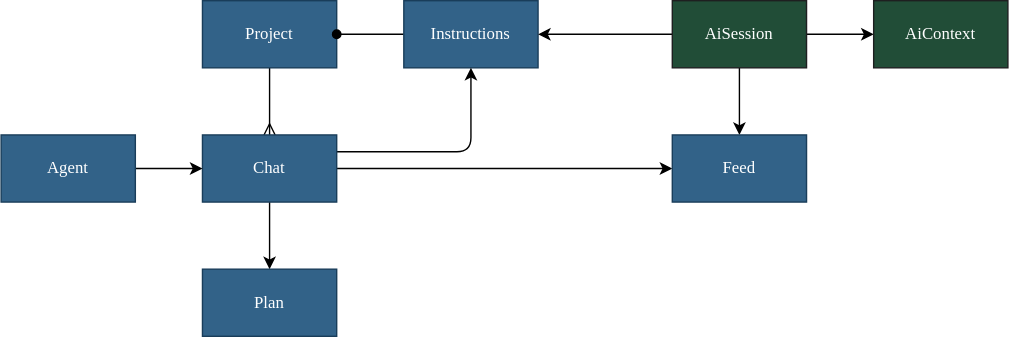
Above: packages/core/compute/assistant/docs/project.drawio.svg in dxos/dxos (draw.io), before the change. Source tidied: cells renumbered, new cells last; positions are measured from the earlier drawing's top-left corner, leaving out a move shared by most shapes. Its diagram source:
```xml
<mxGraphModel>
  <root>
    <mxCell id="0" />
    <mxCell id="1" parent="0" />
    <mxCell id="2" style="edgeStyle=none;html=1;exitX=0.5;exitY=1;exitDx=0;exitDy=0;endArrow=ERmany;endFill=0;fontFamily=Space Grotesk;" parent="1" edge="1" source="3" target="9">
      <mxGeometry relative="1" as="geometry" />
    </mxCell>
    <mxCell id="3" value="Project" style="rounded=0;whiteSpace=wrap;html=1;fillColor=#326288;fontColor=#FFFFFF;strokeColor=#193D5A;fontFamily=Space Grotesk;" parent="1" vertex="1">
      <mxGeometry x="144" width="96" height="48" as="geometry" />
    </mxCell>
    <mxCell id="4" style="edgeStyle=none;html=1;exitX=1;exitY=0.5;exitDx=0;exitDy=0;endArrow=none;endFill=0;startArrow=oval;startFill=1;fontFamily=Space Grotesk;" parent="1" edge="1" source="3" target="5">
      <mxGeometry relative="1" as="geometry" />
    </mxCell>
    <mxCell id="5" value="Instructions" style="rounded=0;whiteSpace=wrap;html=1;fillColor=#326288;fontColor=#FFFFFF;strokeColor=#193D5A;fontFamily=Space Grotesk;" parent="1" vertex="1">
      <mxGeometry x="288" width="96" height="48" as="geometry" />
    </mxCell>
    <mxCell id="6" style="edgeStyle=none;html=1;exitX=1;exitY=0.25;exitDx=0;exitDy=0;endArrow=classic;endFill=1;fontFamily=Space Grotesk;" parent="1" edge="1" source="9" target="5">
      <mxGeometry relative="1" as="geometry">
        <Array as="points">
          <mxPoint x="336" y="108" />
        </Array>
      </mxGeometry>
    </mxCell>
    <mxCell id="7" style="edgeStyle=none;html=1;exitX=0.5;exitY=1;exitDx=0;exitDy=0;startArrow=none;startFill=0;endArrow=classic;endFill=1;fontFamily=Space Grotesk;" parent="1" edge="1" source="9" target="10">
      <mxGeometry relative="1" as="geometry" />
    </mxCell>
    <mxCell id="8" style="edgeStyle=none;html=1;exitX=1;exitY=0.5;exitDx=0;exitDy=0;fontFamily=Space Grotesk;startArrow=none;startFill=0;endArrow=classic;endFill=1;" parent="1" edge="1" source="9" target="18">
      <mxGeometry relative="1" as="geometry" />
    </mxCell>
    <mxCell id="9" value="Chat" style="rounded=0;whiteSpace=wrap;html=1;fillColor=#326288;fontColor=#FFFFFF;strokeColor=#193D5A;fontFamily=Space Grotesk;" parent="1" vertex="1">
      <mxGeometry x="144" y="96" width="96" height="48" as="geometry" />
    </mxCell>
    <mxCell id="10" value="Plan" style="rounded=0;whiteSpace=wrap;html=1;fillColor=#326288;fontColor=#FFFFFF;strokeColor=#193D5A;fontFamily=Space Grotesk;" parent="1" vertex="1">
      <mxGeometry x="144" y="192" width="96" height="48" as="geometry" />
    </mxCell>
    <mxCell id="11" style="edgeStyle=none;html=1;exitX=1;exitY=0.5;exitDx=0;exitDy=0;fontFamily=Space Grotesk;startArrow=none;startFill=0;endArrow=classic;endFill=1;" parent="1" edge="1" source="12" target="9">
      <mxGeometry relative="1" as="geometry" />
    </mxCell>
    <mxCell id="12" value="Agent" style="rounded=0;whiteSpace=wrap;html=1;fillColor=#326288;fontColor=#FFFFFF;strokeColor=#193D5A;fontFamily=Space Grotesk;" parent="1" vertex="1">
      <mxGeometry y="96" width="96" height="48" as="geometry" />
    </mxCell>
    <mxCell id="13" style="edgeStyle=none;html=1;exitX=1;exitY=0.5;exitDx=0;exitDy=0;fontFamily=Space Grotesk;startArrow=none;startFill=0;endArrow=classic;endFill=1;" parent="1" edge="1" source="16" target="17">
      <mxGeometry relative="1" as="geometry" />
    </mxCell>
    <mxCell id="14" style="edgeStyle=none;html=1;exitX=0;exitY=0.5;exitDx=0;exitDy=0;fontFamily=Space Grotesk;startArrow=none;startFill=0;endArrow=classic;endFill=1;" parent="1" edge="1" source="16" target="5">
      <mxGeometry relative="1" as="geometry" />
    </mxCell>
    <mxCell id="15" style="edgeStyle=none;html=1;exitX=0.5;exitY=1;exitDx=0;exitDy=0;fontFamily=Space Grotesk;startArrow=none;startFill=0;endArrow=classic;endFill=1;" parent="1" edge="1" source="16" target="18">
      <mxGeometry relative="1" as="geometry" />
    </mxCell>
    <mxCell id="16" value="AiSession" style="rounded=0;whiteSpace=wrap;html=1;fillColor=#214D37;fontColor=#FFFFFF;strokeColor=#1E1F20;fontFamily=Space Grotesk;" parent="1" vertex="1">
      <mxGeometry x="480" width="96" height="48" as="geometry" />
    </mxCell>
    <mxCell id="17" value="AiContext" style="rounded=0;whiteSpace=wrap;html=1;fillColor=#214D37;fontColor=#FFFFFF;strokeColor=#1E1F20;fontFamily=Space Grotesk;" parent="1" vertex="1">
      <mxGeometry x="624" width="96" height="48" as="geometry" />
    </mxCell>
    <mxCell id="18" value="Feed" style="rounded=0;whiteSpace=wrap;html=1;fillColor=#326288;fontColor=#FFFFFF;strokeColor=#193D5A;fontFamily=Space Grotesk;" parent="1" vertex="1">
      <mxGeometry x="480" y="96" width="96" height="48" as="geometry" />
    </mxCell>
  </root>
</mxGraphModel>
```
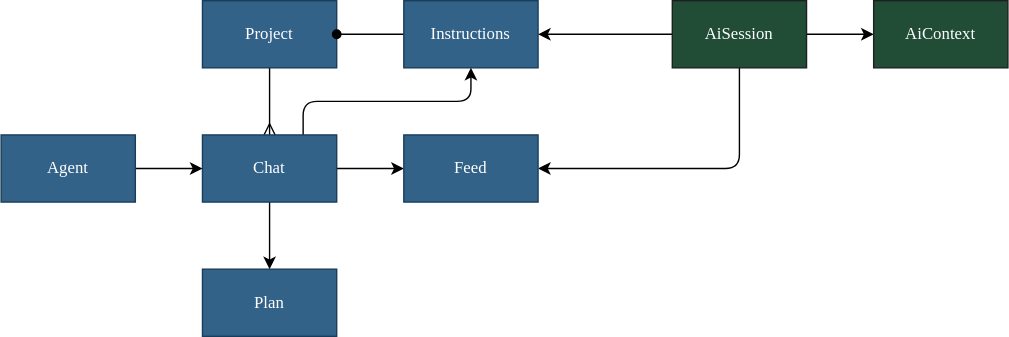
After the commit.

Diff of the diagram source:
```diff
@@ -14,10 +14,11 @@
     <mxCell id="5" value="Instructions" style="rounded=0;whiteSpace=wrap;html=1;fillColor=#326288;fontColor=#FFFFFF;strokeColor=#193D5A;fontFamily=Space Grotesk;" parent="1" vertex="1">
       <mxGeometry x="288" width="96" height="48" as="geometry" />
     </mxCell>
-    <mxCell id="6" style="edgeStyle=none;html=1;exitX=1;exitY=0.25;exitDx=0;exitDy=0;endArrow=classic;endFill=1;fontFamily=Space Grotesk;" parent="1" edge="1" source="9" target="5">
+    <mxCell id="6" style="edgeStyle=none;html=1;exitX=0.75;exitY=0;exitDx=0;exitDy=0;endArrow=classic;endFill=1;fontFamily=Space Grotesk;" parent="1" edge="1" source="9" target="5">
       <mxGeometry relative="1" as="geometry">
         <Array as="points">
-          <mxPoint x="336" y="108" />
+          <mxPoint x="216" y="72" />
+          <mxPoint x="336" y="72" />
         </Array>
       </mxGeometry>
     </mxCell>
@@ -46,7 +47,11 @@
       <mxGeometry relative="1" as="geometry" />
     </mxCell>
     <mxCell id="15" style="edgeStyle=none;html=1;exitX=0.5;exitY=1;exitDx=0;exitDy=0;fontFamily=Space Grotesk;startArrow=none;startFill=0;endArrow=classic;endFill=1;" parent="1" edge="1" source="16" target="18">
-      <mxGeometry relative="1" as="geometry" />
+      <mxGeometry relative="1" as="geometry">
+        <Array as="points">
+          <mxPoint x="528" y="120" />
+        </Array>
+      </mxGeometry>
     </mxCell>
     <mxCell id="16" value="AiSession" style="rounded=0;whiteSpace=wrap;html=1;fillColor=#214D37;fontColor=#FFFFFF;strokeColor=#1E1F20;fontFamily=Space Grotesk;" parent="1" vertex="1">
       <mxGeometry x="480" width="96" height="48" as="geometry" />
@@ -55,7 +60,7 @@
       <mxGeometry x="624" width="96" height="48" as="geometry" />
     </mxCell>
     <mxCell id="18" value="Feed" style="rounded=0;whiteSpace=wrap;html=1;fillColor=#326288;fontColor=#FFFFFF;strokeColor=#193D5A;fontFamily=Space Grotesk;" parent="1" vertex="1">
-      <mxGeometry x="480" y="96" width="96" height="48" as="geometry" />
+      <mxGeometry x="288" y="96" width="96" height="48" as="geometry" />
     </mxCell>
   </root>
 </mxGraphModel>
```
